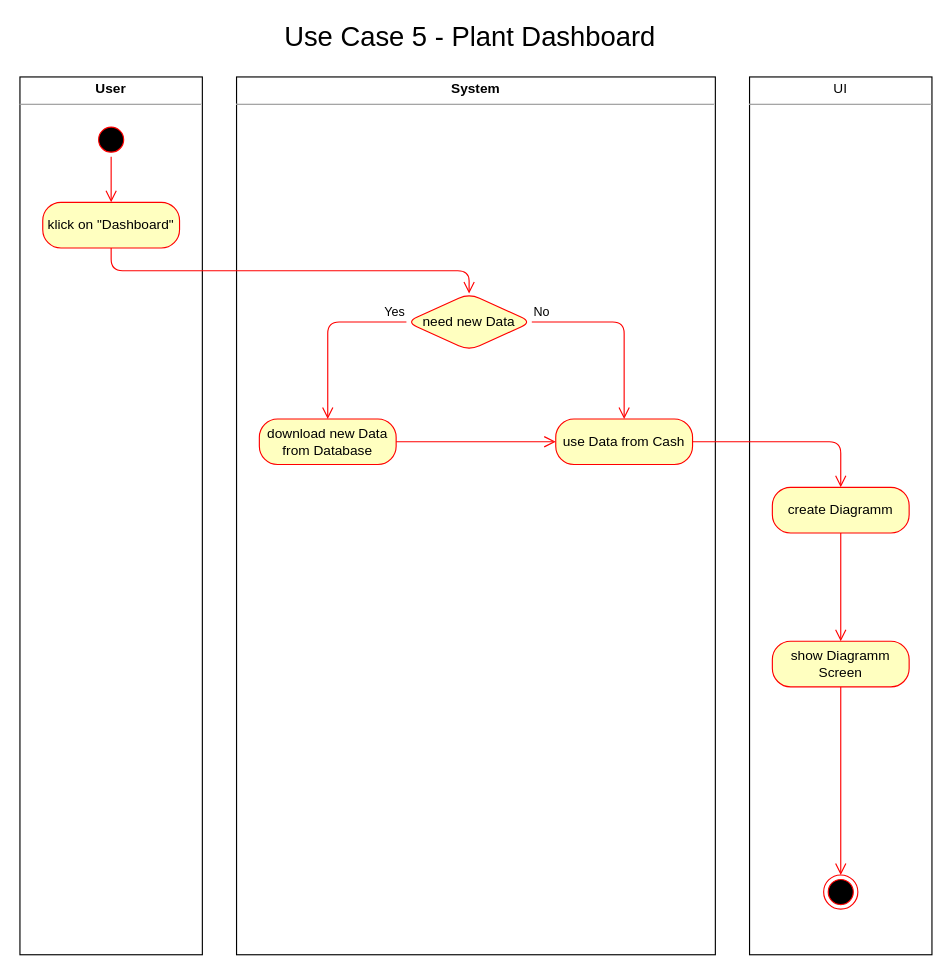
This is UC/Dateien UC/Use Case 4 - Monitoring.drawio from Kokoloris19097/LazyPlants.dokumentation, a draw.io file, before an edit. Source tidied: cells renumbered, new cells numbered last; positions are measured from the earlier drawing's top-left corner, leaving out a move shared by most shapes. Both pictures are drawn from the tidied source at 114%, with x=0, y=0 at pixel (19, 19).
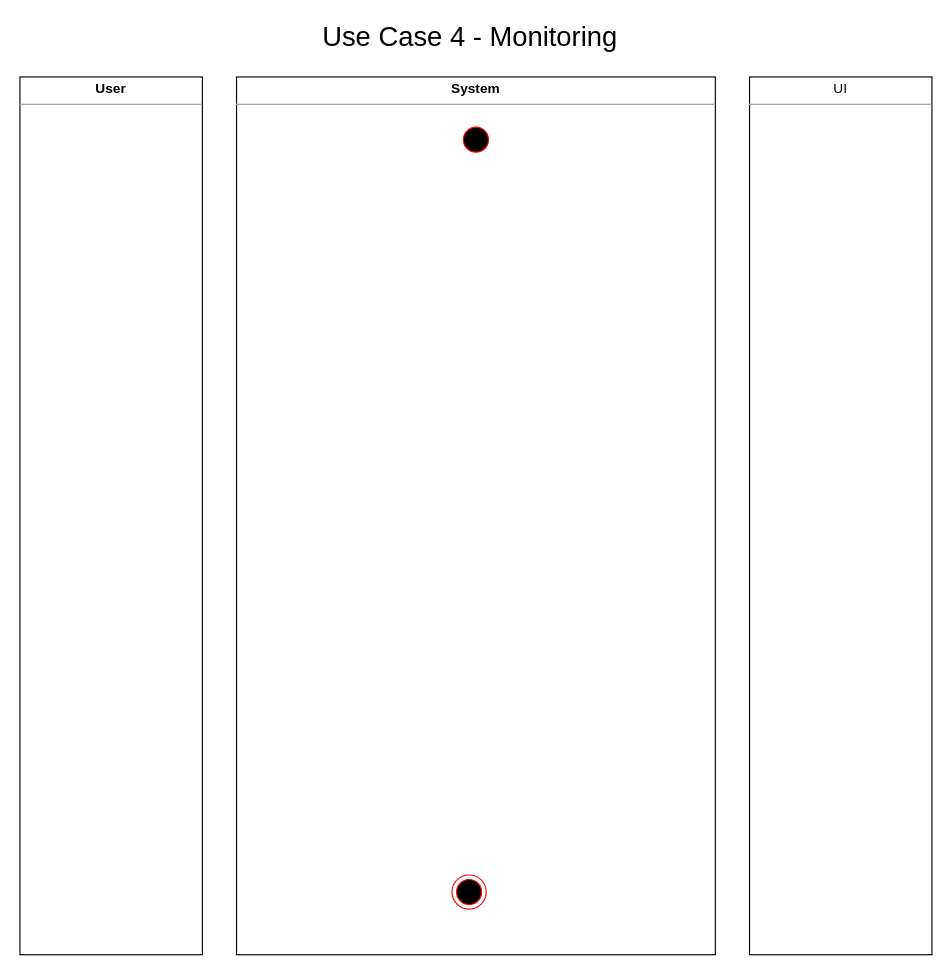
The same page after the edit.

The edit, as a diff of the source:
```diff
@@
     <mxCell id="5" style="ellipse;html=1;shape=startState;fillColor=#000000;strokeColor=#ff0000;" parent="1" vertex="1">
-      <mxGeometry x="65" y="90" width="30" height="30" as="geometry" />
+      <mxGeometry x="385" y="90" width="30" height="30" as="geometry" />
     </mxCell>
@@
     <mxCell id="8" style="ellipse;html=1;shape=endState;fillColor=#000000;strokeColor=#ff0000;" parent="1" vertex="1">
-      <mxGeometry x="705" y="750" width="30" height="30" as="geometry" />
+      <mxGeometry x="379" y="750" width="30" height="30" as="geometry" />
     </mxCell>
-    <mxCell id="9" style="edgeStyle=orthogonalEdgeStyle;jettySize=auto;html=1;endArrow=open;endSize=8;strokeColor=#ff0000;exitX=0.5;exitY=1;exitDx=0;exitDy=0;entryX=0.5;entryY=0;entryDx=0;entryDy=0;" parent="1" edge="1" source="10" target="23">
-      <mxGeometry relative="1" as="geometry" />
-    </mxCell>
-    <mxCell id="10" value="klick on &quot;Dashboard&quot;" style="rounded=1;whiteSpace=wrap;html=1;arcSize=40;fontColor=#000000;fillColor=#ffffc0;strokeColor=#ff0000;" parent="1" vertex="1">
-      <mxGeometry x="20" y="160" width="120" height="40" as="geometry" />
-    </mxCell>
-    <mxCell id="11" value="Use Case 5 - Plant Dashboard" style="text;html=1;strokeColor=none;fillColor=none;align=center;verticalAlign=middle;whiteSpace=wrap;rounded=0;fontSize=24;" parent="1" vertex="1">
+    <mxCell id="11" value="Use Case 4 - Monitoring" style="text;html=1;strokeColor=none;fillColor=none;align=center;verticalAlign=middle;whiteSpace=wrap;rounded=0;fontSize=24;" parent="1" vertex="1">
       <mxGeometry width="790" height="30" as="geometry" />
     </mxCell>
-    <mxCell id="12" style="edgeStyle=orthogonalEdgeStyle;jettySize=auto;html=1;endArrow=open;endSize=8;strokeColor=#ff0000;exitX=0.5;exitY=1;exitDx=0;exitDy=0;" parent="1" edge="1" source="17" target="16">
-      <mxGeometry relative="1" as="geometry" />
-    </mxCell>
-    <mxCell id="13" value="download new Data from Database" style="rounded=1;whiteSpace=wrap;html=1;arcSize=40;fontColor=#000000;fillColor=#ffffc0;strokeColor=#ff0000;" parent="1" vertex="1">
-      <mxGeometry x="210" y="350" width="120" height="40" as="geometry" />
-    </mxCell>
-    <mxCell id="14" style="edgeStyle=orthogonalEdgeStyle;html=1;verticalAlign=bottom;endArrow=open;endSize=8;strokeColor=#ff0000;entryX=0.5;entryY=0;entryDx=0;entryDy=0;exitX=0.5;exitY=1;exitDx=0;exitDy=0;" parent="1" edge="1" source="5" target="10">
-      <mxGeometry relative="1" as="geometry" />
-    </mxCell>
-    <mxCell id="15" style="edgeStyle=orthogonalEdgeStyle;jettySize=auto;html=1;endArrow=open;endSize=8;strokeColor=#ff0000;" parent="1" edge="1" source="16" target="8">
-      <mxGeometry relative="1" as="geometry" />
-    </mxCell>
-    <mxCell id="16" value="show Diagramm Screen" style="rounded=1;whiteSpace=wrap;html=1;arcSize=40;fontColor=#000000;fillColor=#ffffc0;strokeColor=#ff0000;" parent="1" vertex="1">
-      <mxGeometry x="660" y="545" width="120" height="40" as="geometry" />
-    </mxCell>
-    <mxCell id="17" value="create Diagramm" style="rounded=1;whiteSpace=wrap;html=1;arcSize=40;fontColor=#000000;fillColor=#ffffc0;strokeColor=#ff0000;" parent="1" vertex="1">
-      <mxGeometry x="660" y="410" width="120" height="40" as="geometry" />
-    </mxCell>
-    <mxCell id="18" style="edgeStyle=orthogonalEdgeStyle;jettySize=auto;html=1;endArrow=open;endSize=8;strokeColor=#ff0000;exitX=1;exitY=0.5;exitDx=0;exitDy=0;entryX=0;entryY=0.5;entryDx=0;entryDy=0;" parent="1" edge="1" source="13" target="20">
-      <mxGeometry relative="1" as="geometry" />
-    </mxCell>
-    <mxCell id="19" style="edgeStyle=orthogonalEdgeStyle;jettySize=auto;html=1;endArrow=open;endSize=8;strokeColor=#ff0000;align=left;" parent="1" edge="1" source="20" target="17">
-      <mxGeometry relative="1" as="geometry" />
-    </mxCell>
-    <mxCell id="20" value="use Data from Cash" style="rounded=1;whiteSpace=wrap;html=1;arcSize=40;fontColor=#000000;fillColor=#ffffc0;strokeColor=#ff0000;" parent="1" vertex="1">
-      <mxGeometry x="470" y="350" width="120" height="40" as="geometry" />
-    </mxCell>
-    <mxCell id="21" value="No" style="edgeStyle=orthogonalEdgeStyle;jettySize=auto;html=1;endArrow=open;endSize=8;strokeColor=#ff0000;verticalAlign=bottom;align=left;" parent="1" edge="1" source="23" target="20">
-      <mxGeometry x="-1" relative="1" as="geometry" />
-    </mxCell>
-    <mxCell id="22" value="Yes" style="edgeStyle=orthogonalEdgeStyle;jettySize=auto;html=1;endArrow=open;endSize=8;strokeColor=#ff0000;align=right;verticalAlign=bottom;" parent="1" edge="1" source="23" target="13">
-      <mxGeometry x="-1" relative="1" as="geometry" />
-    </mxCell>
-    <mxCell id="23" value="need new Data" style="rhombus;whiteSpace=wrap;html=1;rounded=1;strokeColor=#ff0000;fillColor=#ffffc0;" parent="1" vertex="1">
-      <mxGeometry x="339" y="240" width="110" height="50" as="geometry" />
-    </mxCell>
```
